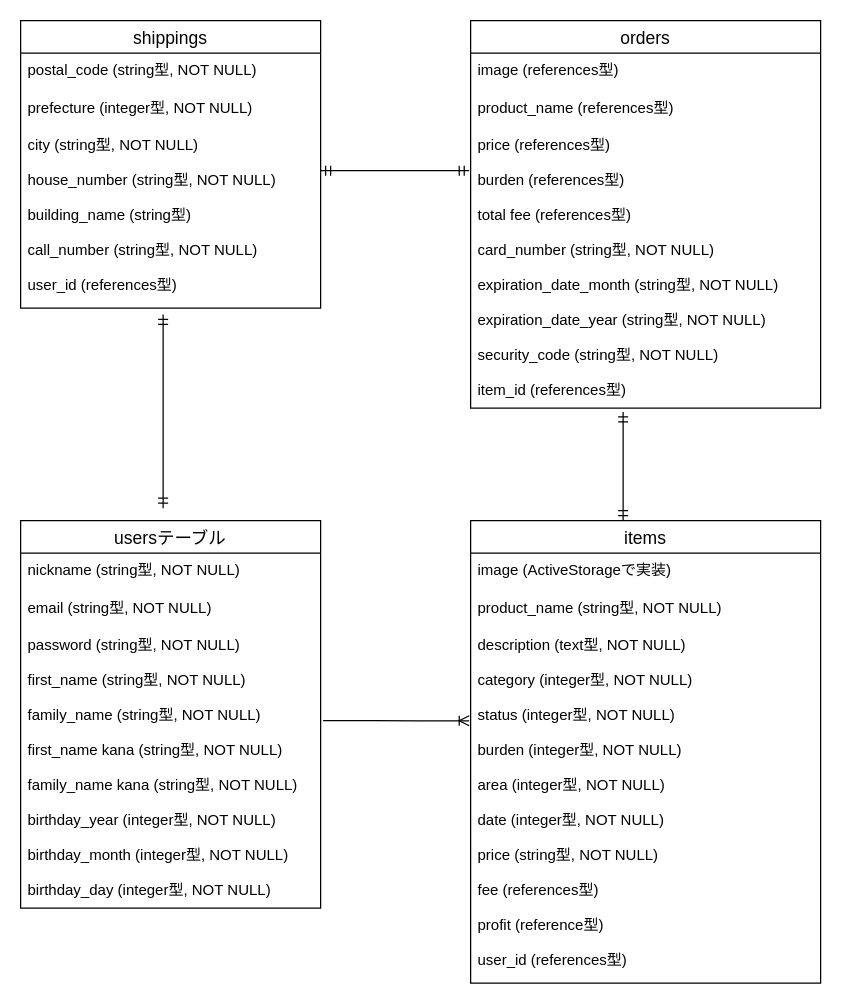
popo03/furima-35693 keeps this draw.io diagram as test.dio. Above is the earlier version. Source tidied: cells renumbered, new cells numbered last; positions are measured from the earlier drawing's top-left corner, leaving out a move shared by most shapes. Both pictures are drawn from the tidied source at 125%, with x=0, y=0 at pixel (20, 20).
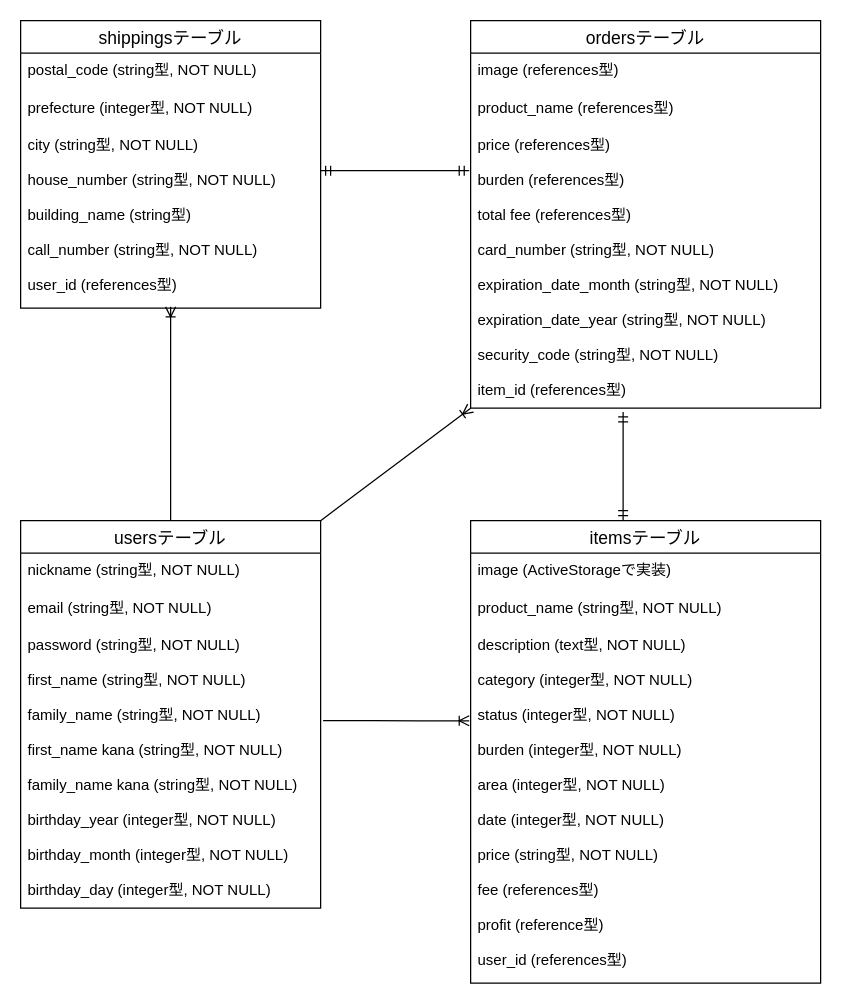
The same diagram, later.

Commit message (it also covers changes not shown here):
データベース設計 修正その１

The change refers to these unchanged cells:
```xml
<mxCell id="2" value="usersテーブル" style="swimlane;fontStyle=0;horizontal=1;startSize=26;align=center;fontSize=14;" parent="1" vertex="1">
  <mxGeometry y="400" width="240" height="310" as="geometry" />
</mxCell>
<mxCell id="17" value="city (string型, NOT NULL)&#10;&#10;house_number (string型, NOT NULL)&#10;&#10;building_name (string型)&#10;&#10;call_number (string型, NOT NULL)&#10;&#10;user_id (references型)" style="text;strokeColor=none;fillColor=none;spacingLeft=4;spacingRight=4;overflow=hidden;points=[[0,0.5],[1,0.5]];portConstraint=eastwest;fontSize=12;" parent="14" vertex="1">
  <mxGeometry y="86" width="240" height="144" as="geometry" />
</mxCell>
```

Change to the diagram source:
```diff
@@
-    <mxCell id="6" value="items" style="swimlane;fontStyle=0;horizontal=1;startSize=26;align=center;fontSize=14;" parent="1" vertex="1">
+    <mxCell id="6" value="itemsテーブル" style="swimlane;fontStyle=0;horizontal=1;startSize=26;align=center;fontSize=14;" parent="1" vertex="1">
       <mxGeometry x="360" y="400" width="280" height="370" as="geometry" />
     </mxCell>
@@
-    <mxCell id="10" value="orders" style="swimlane;fontStyle=0;horizontal=1;startSize=26;align=center;fontSize=14;" parent="1" vertex="1">
+    <mxCell id="10" value="ordersテーブル" style="swimlane;fontStyle=0;horizontal=1;startSize=26;align=center;fontSize=14;" parent="1" vertex="1">
       <mxGeometry x="360" width="280" height="310" as="geometry" />
     </mxCell>
@@
-    <mxCell id="14" value="shippings" style="swimlane;fontStyle=0;horizontal=1;startSize=26;align=center;fontSize=14;" parent="1" vertex="1">
+    <mxCell id="14" value="shippingsテーブル" style="swimlane;fontStyle=0;horizontal=1;startSize=26;align=center;fontSize=14;" parent="1" vertex="1">
       <mxGeometry width="240" height="230" as="geometry" />
     </mxCell>
@@
-    <mxCell id="20" style="fontSize=12;html=1;endArrow=ERmandOne;startArrow=ERmandOne;entryX=0.475;entryY=1.035;entryDx=0;entryDy=0;entryPerimeter=0;" parent="1" edge="1" target="17">
-      <mxGeometry relative="1" as="geometry">
-        <mxPoint x="114" y="390" as="sourcePoint" />
-      </mxGeometry>
-    </mxCell>
@@
+    <mxCell id="22" style="fontSize=12;html=1;endArrow=ERoneToMany;" parent="1" edge="1">
+      <mxGeometry relative="1" as="geometry">
+        <mxPoint x="240" y="400" as="sourcePoint" />
+        <mxPoint x="360" y="310" as="targetPoint" />
+      </mxGeometry>
+    </mxCell>
+    <mxCell id="23" style="fontSize=12;html=1;endArrow=ERoneToMany;entryX=0.5;entryY=0.993;entryDx=0;entryDy=0;entryPerimeter=0;exitX=0.5;exitY=0;exitDx=0;exitDy=0;" parent="1" edge="1" source="2" target="17">
+      <mxGeometry relative="1" as="geometry" />
+    </mxCell>
```
